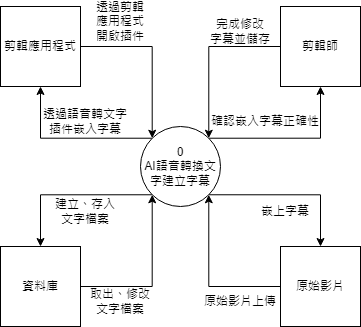
Before: 系統環境圖.png, a diagram exported from draw.io (C110118150/No.11). Source tidied: cells renumbered, new cells last; positions are measured from the earlier drawing's top-left corner, leaving out a move shared by most shapes.
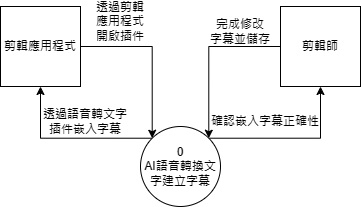
The same diagram one commit later.

Commit message:
更新系統環境圖.png

What changed in the source:
```diff
@@ -5,12 +5,6 @@
     <mxCell id="2" style="edgeStyle=orthogonalEdgeStyle;rounded=0;jettySize=auto;html=1;exitX=1;exitY=0;exitDx=0;exitDy=0;entryX=0.5;entryY=1;entryDx=0;entryDy=0;" parent="1" edge="1" source="6" target="8">
       <mxGeometry relative="1" as="geometry" />
     </mxCell>
-    <mxCell id="3" style="edgeStyle=orthogonalEdgeStyle;rounded=0;jettySize=auto;html=1;exitX=1;exitY=1;exitDx=0;exitDy=0;entryX=0.5;entryY=0;entryDx=0;entryDy=0;" parent="1" edge="1" source="6" target="12">
-      <mxGeometry relative="1" as="geometry" />
-    </mxCell>
-    <mxCell id="4" style="edgeStyle=orthogonalEdgeStyle;rounded=0;jettySize=auto;html=1;exitX=0;exitY=1;exitDx=0;exitDy=0;entryX=0.5;entryY=0;entryDx=0;entryDy=0;" parent="1" edge="1" source="6" target="14">
-      <mxGeometry relative="1" as="geometry" />
-    </mxCell>
     <mxCell id="5" style="edgeStyle=orthogonalEdgeStyle;rounded=0;jettySize=auto;html=1;exitX=0;exitY=0;exitDx=0;exitDy=0;entryX=0.5;entryY=1;entryDx=0;entryDy=0;" parent="1" edge="1" source="6" target="10">
       <mxGeometry relative="1" as="geometry" />
     </mxCell>
@@ -29,30 +23,6 @@
     <mxCell id="10" value="剪輯應用程式" style="whiteSpace=wrap;html=1;" parent="1" vertex="1">
       <mxGeometry width="80" height="80" as="geometry" />
     </mxCell>
-    <mxCell id="11" style="edgeStyle=orthogonalEdgeStyle;rounded=0;jettySize=auto;html=1;exitX=0;exitY=0.5;exitDx=0;exitDy=0;entryX=1;entryY=1;entryDx=0;entryDy=0;" parent="1" edge="1" source="12" target="6">
-      <mxGeometry relative="1" as="geometry" />
-    </mxCell>
-    <mxCell id="12" value="原始影片" style="whiteSpace=wrap;html=1;" parent="1" vertex="1">
-      <mxGeometry x="280" y="240" width="80" height="80" as="geometry" />
-    </mxCell>
-    <mxCell id="13" style="edgeStyle=orthogonalEdgeStyle;rounded=0;jettySize=auto;html=1;exitX=1;exitY=0.5;exitDx=0;exitDy=0;entryX=0;entryY=1;entryDx=0;entryDy=0;" parent="1" edge="1" source="14" target="6">
-      <mxGeometry relative="1" as="geometry" />
-    </mxCell>
-    <mxCell id="14" value="資料庫" style="whiteSpace=wrap;html=1;" parent="1" vertex="1">
-      <mxGeometry y="240" width="80" height="80" as="geometry" />
-    </mxCell>
-    <mxCell id="15" value="原始影片上傳" style="text;html=1;strokeColor=none;fillColor=none;align=center;verticalAlign=middle;whiteSpace=wrap;rounded=0;" parent="1" vertex="1">
-      <mxGeometry x="200" y="280" width="80" height="30" as="geometry" />
-    </mxCell>
-    <mxCell id="16" value="嵌上字幕" style="text;html=1;strokeColor=none;fillColor=none;align=center;verticalAlign=middle;whiteSpace=wrap;rounded=0;" parent="1" vertex="1">
-      <mxGeometry x="250" y="190" width="70" height="30" as="geometry" />
-    </mxCell>
-    <mxCell id="17" value="建立、存入&lt;br&gt;文字檔案" style="text;html=1;strokeColor=none;fillColor=none;align=center;verticalAlign=middle;whiteSpace=wrap;rounded=0;" parent="1" vertex="1">
-      <mxGeometry x="45" y="190" width="80" height="30" as="geometry" />
-    </mxCell>
-    <mxCell id="18" value="取出、修改&lt;br&gt;文字檔案" style="text;html=1;strokeColor=none;fillColor=none;align=center;verticalAlign=middle;whiteSpace=wrap;rounded=0;" parent="1" vertex="1">
-      <mxGeometry x="80" y="280" width="80" height="30" as="geometry" />
-    </mxCell>
     <mxCell id="19" value="確認嵌入字幕正確性" style="text;html=1;strokeColor=none;fillColor=none;align=center;verticalAlign=middle;whiteSpace=wrap;rounded=0;" parent="1" vertex="1">
       <mxGeometry x="210" y="100" width="110" height="30" as="geometry" />
     </mxCell>
```
